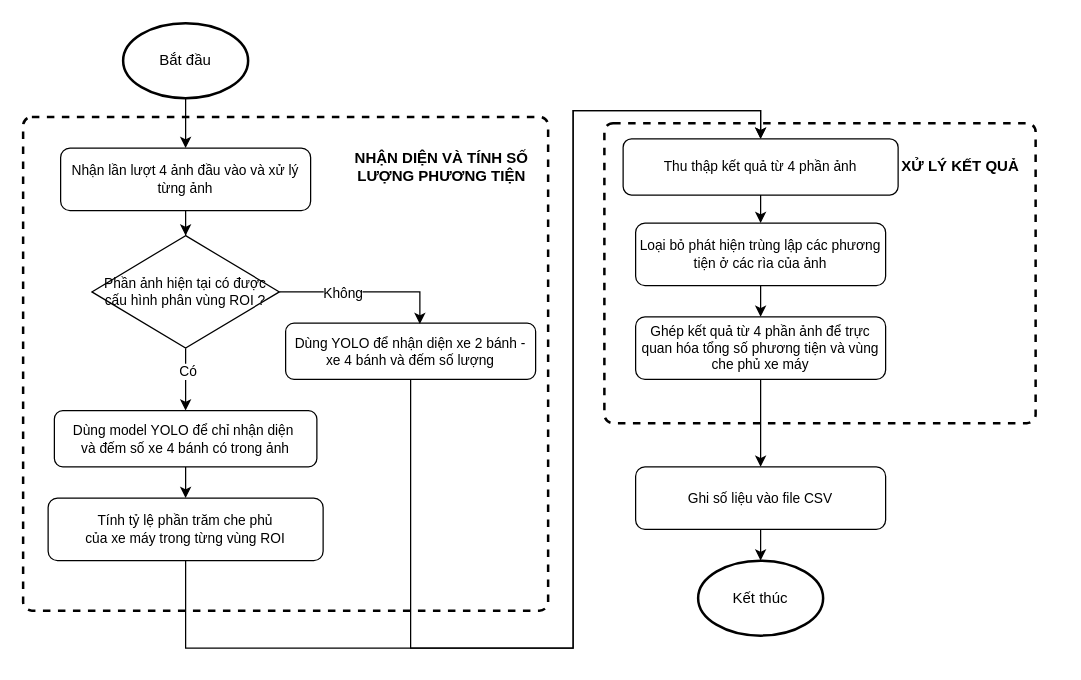
This is fig/vehicle_detector.drawio from Denzaro/DATN_Thesis, a draw.io file, before an edit. Source tidied: cells renumbered, new cells numbered last; positions are measured from the earlier drawing's top-left corner, leaving out a move shared by most shapes. Both pictures are drawn from the tidied source at 125%, with x=0, y=0 at pixel (22, 22).
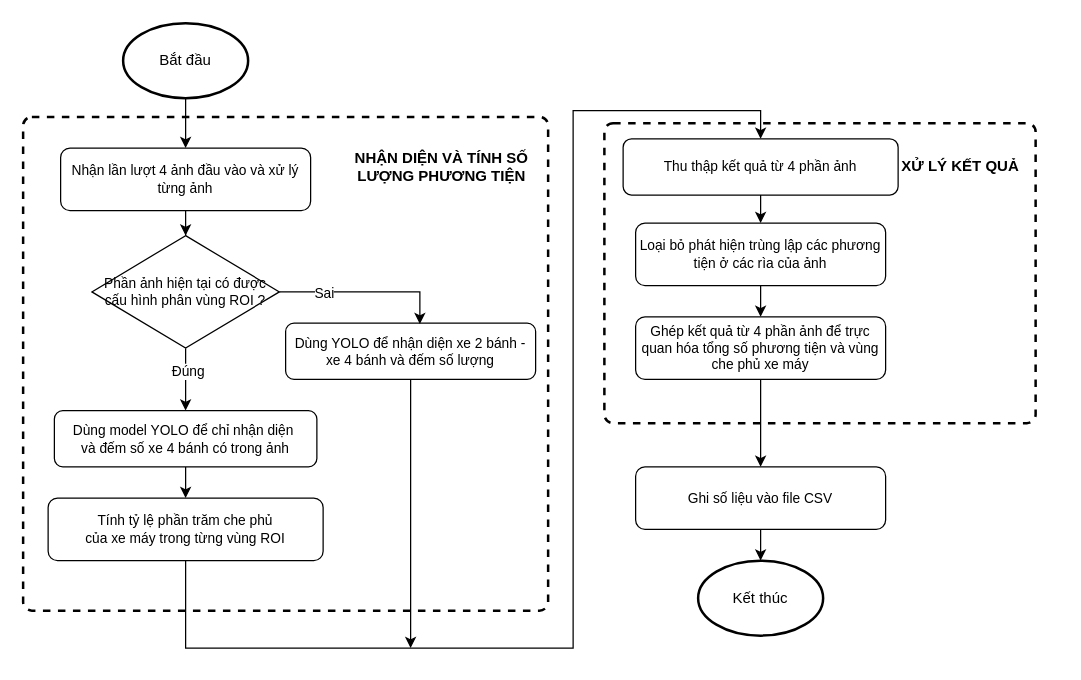
After the change.

The change refers to these unchanged cells:
```xml
<mxCell id="6" style="edgeStyle=orthogonalEdgeStyle;rounded=0;jettySize=auto;html=1;entryX=0.5;entryY=0;entryDx=0;entryDy=0;" parent="1" edge="1" source="8" target="10">
  <mxGeometry relative="1" as="geometry" />
</mxCell>
<mxCell id="14" value="Dùng YOLO để nhận diện xe 2 bánh - xe 4 bánh và đếm số lượng" style="rounded=1;whiteSpace=wrap;html=1;fontSize=11;" parent="1" vertex="1">
  <mxGeometry x="210" y="240" width="200" height="45" as="geometry" />
</mxCell>
<mxCell id="15" style="edgeStyle=orthogonalEdgeStyle;rounded=0;jettySize=auto;html=1;entryX=0.537;entryY=0.017;entryDx=0;entryDy=0;entryPerimeter=0;" parent="1" edge="1" source="8" target="14">
  <mxGeometry relative="1" as="geometry" />
</mxCell>
<mxCell id="19" value="Thu thập kết quả từ 4 phần ảnh" style="rounded=1;whiteSpace=wrap;html=1;fontSize=11;" parent="1" vertex="1">
  <mxGeometry x="480" y="92.5" width="220" height="45" as="geometry" />
</mxCell>
```

The edit, as a diff of the source:
```diff
@@
-    <mxCell id="7" value="Có" style="edgeLabel;html=1;align=center;verticalAlign=middle;" parent="6" vertex="1">
+    <mxCell id="7" value="Đúng" style="edgeLabel;html=1;align=center;verticalAlign=middle;" parent="6" vertex="1">
       <mxGeometry x="-0.27" y="1" relative="1" as="geometry" />
     </mxCell>
@@
-    <mxCell id="13" style="edgeStyle=orthogonalEdgeStyle;rounded=0;jettySize=auto;html=1;entryX=0.5;entryY=0;entryDx=0;entryDy=0;" parent="1" edge="1" source="14" target="19">
-      <mxGeometry relative="1" as="geometry">
-        <Array as="points">
-          <mxPoint x="310" y="500" />
-          <mxPoint x="440" y="500" />
-          <mxPoint x="440" y="70" />
-          <mxPoint x="590" y="70" />
-        </Array>
-      </mxGeometry>
-    </mxCell>
+    <mxCell id="30" style="edgeStyle=orthogonalEdgeStyle;rounded=0;jettySize=auto;html=1;" parent="1" edge="1" source="14">
+      <mxGeometry relative="1" as="geometry">
+        <mxPoint x="310" y="500" as="targetPoint" />
+      </mxGeometry>
+    </mxCell>
@@
-    <mxCell id="16" value="Không" style="edgeLabel;html=1;align=center;verticalAlign=middle;" parent="15" vertex="1">
-      <mxGeometry x="-0.27" relative="1" as="geometry" />
+    <mxCell id="16" value="Sai" style="edgeLabel;html=1;align=center;verticalAlign=middle;" parent="15" vertex="1">
+      <mxGeometry x="-0.27" relative="1" as="geometry">
+        <mxPoint x="-15" as="offset" />
+      </mxGeometry>
     </mxCell>
```
